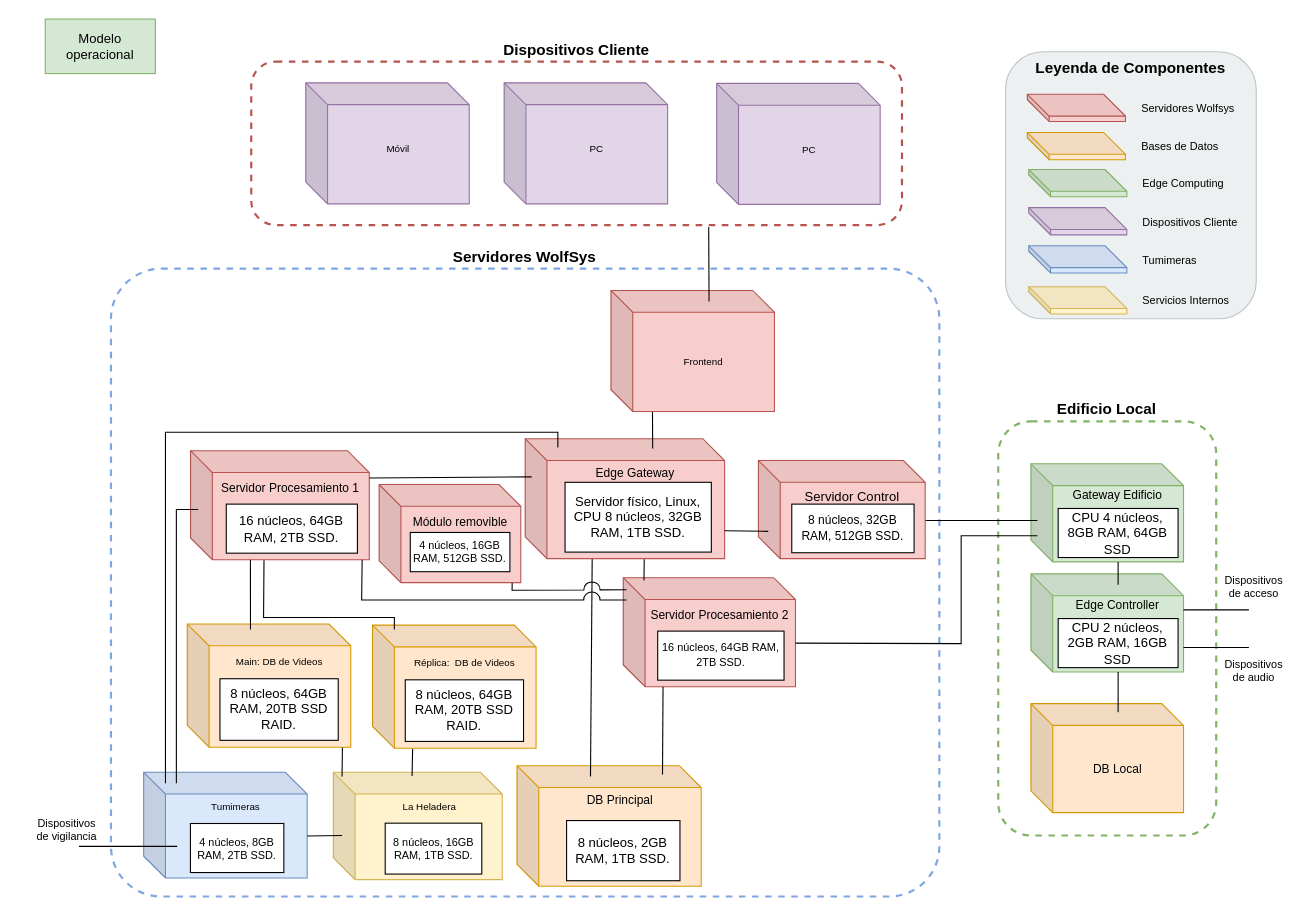
Above: Documentación de la arquitectura/Diagramas/Editables-drawio/Modelo-operacional.drawio in LIMoreno04/Caso-de-estudio---WolfSys---Arquitectura (draw.io), before the change. Source tidied: cells renumbered, new cells numbered last; positions are measured from the earlier drawing's top-left corner, leaving out a move shared by most shapes. Both pictures are drawn from the tidied source at 109%, with x=0, y=0 at pixel (34, 19).
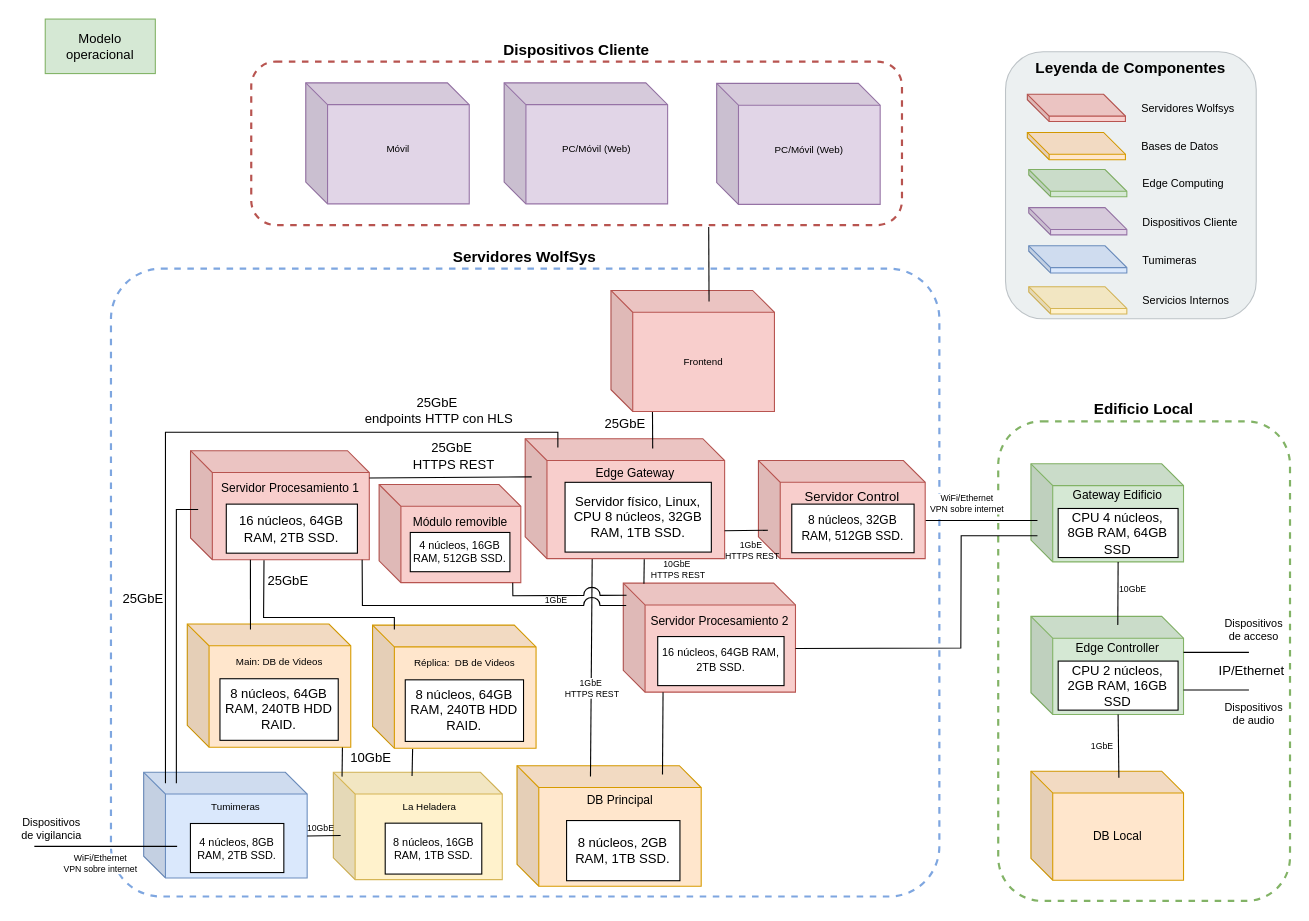
The same page after the edit.

Commit message (it also covers changes not shown here):
editado diagrama operacional

The change refers to these unchanged cells:
```xml
<mxCell id="5" value="Gateway Edificio&lt;br&gt;&lt;br&gt;&lt;div&gt;&lt;br&gt;&lt;/div&gt;&lt;div&gt;&lt;br&gt;&lt;/div&gt;&lt;div&gt;&lt;br&gt;&lt;/div&gt;" style="shape=cube;whiteSpace=wrap;html=1;boundedLbl=1;backgroundOutline=1;darkOpacity=0.05;darkOpacity2=0.1;fillColor=#d5e8d4;strokeColor=#82b366;fontSize=11;fontStyle=0;" parent="4" vertex="1">
  <mxGeometry width="140" height="90" as="geometry" />
</mxCell>
<mxCell id="18" value="Edge Controller&lt;br&gt;&lt;br&gt;&lt;div&gt;&lt;br&gt;&lt;/div&gt;&lt;div&gt;&lt;br&gt;&lt;/div&gt;&lt;div&gt;&lt;br&gt;&lt;/div&gt;" style="shape=cube;whiteSpace=wrap;html=1;boundedLbl=1;backgroundOutline=1;darkOpacity=0.05;darkOpacity2=0.1;fillColor=#d5e8d4;strokeColor=#82b366;fontSize=11;fontStyle=0;" parent="17" vertex="1">
  <mxGeometry width="140" height="90" as="geometry" />
</mxCell>
<mxCell id="27" value="Servidor Procesamiento 2&lt;br&gt;&lt;br&gt;&lt;div&gt;&lt;br&gt;&lt;/div&gt;&lt;div&gt;&lt;br&gt;&lt;/div&gt;&lt;div&gt;&lt;br&gt;&lt;/div&gt;" style="shape=cube;whiteSpace=wrap;html=1;boundedLbl=1;backgroundOutline=1;darkOpacity=0.05;darkOpacity2=0.1;fillColor=#f8cecc;strokeColor=#b85450;fontSize=11;fontStyle=0;" parent="26" vertex="1">
  <mxGeometry width="158" height="100" as="geometry" />
</mxCell>
<mxCell id="33" value="Tumimeras&lt;br&gt;&lt;br&gt;&lt;div&gt;&lt;br&gt;&lt;/div&gt;&lt;div&gt;&lt;br&gt;&lt;/div&gt;&lt;div&gt;&lt;br&gt;&lt;/div&gt;&lt;div&gt;&lt;br&gt;&lt;/div&gt;" style="shape=cube;whiteSpace=wrap;html=1;boundedLbl=1;backgroundOutline=1;darkOpacity=0.05;darkOpacity2=0.1;fillColor=#dae8fc;strokeColor=#6c8ebf;fontSize=9;fontStyle=0;" parent="32" vertex="1">
  <mxGeometry width="150" height="97" as="geometry" />
</mxCell>
<mxCell id="35" style="group;" parent="1" vertex="1">
  <mxGeometry x="140.3" y="555" width="150" height="113" as="geometry" />
</mxCell>
<mxCell id="39" value="Servidor Procesamiento 1&lt;div&gt;&lt;br&gt;&lt;/div&gt;&lt;div&gt;&lt;br&gt;&lt;/div&gt;&lt;div&gt;&lt;br&gt;&lt;/div&gt;&lt;div&gt;&lt;br&gt;&lt;/div&gt;" style="shape=cube;whiteSpace=wrap;html=1;boundedLbl=1;backgroundOutline=1;darkOpacity=0.05;darkOpacity2=0.1;fillColor=#f8cecc;strokeColor=#b85450;fontSize=11;fontStyle=0;" parent="38" vertex="1">
  <mxGeometry width="164" height="100" as="geometry" />
</mxCell>
<mxCell id="42" value="Edge Gateway&lt;div&gt;&lt;br&gt;&lt;/div&gt;&lt;div&gt;&lt;br&gt;&lt;/div&gt;&lt;div&gt;&lt;br&gt;&lt;/div&gt;&lt;div&gt;&lt;br&gt;&lt;/div&gt;&lt;div&gt;&lt;br&gt;&lt;/div&gt;" style="shape=cube;whiteSpace=wrap;html=1;boundedLbl=1;backgroundOutline=1;darkOpacity=0.05;darkOpacity2=0.1;fillColor=#f8cecc;strokeColor=#b85450;fontSize=11;fontStyle=0;" parent="41" vertex="1">
  <mxGeometry y="-10" width="183" height="110" as="geometry" />
</mxCell>
<mxCell id="45" value="Módulo removible&lt;div&gt;&lt;br&gt;&lt;/div&gt;&lt;div&gt;&lt;br&gt;&lt;/div&gt;&lt;div&gt;&lt;br&gt;&lt;/div&gt;" style="shape=cube;whiteSpace=wrap;html=1;boundedLbl=1;backgroundOutline=1;darkOpacity=0.05;darkOpacity2=0.1;fillColor=#f8cecc;strokeColor=#b85450;fontSize=11;fontStyle=0;" parent="44" vertex="1">
  <mxGeometry width="130" height="90" as="geometry" />
</mxCell>
<mxCell id="64" style="group;" parent="1" vertex="1">
  <mxGeometry x="310.3" y="556" width="150" height="113" as="geometry" />
</mxCell>
<mxCell id="80" style="group;verticalAlign=bottom;labelPosition=center;verticalLabelPosition=top;align=center;" parent="1" vertex="1">
  <mxGeometry x="431" y="58.5" width="150" height="111" as="geometry" />
</mxCell>
<mxCell id="82" style="group;verticalAlign=bottom;labelPosition=center;verticalLabelPosition=top;align=center;" parent="1" vertex="1">
  <mxGeometry x="626" y="59" width="150" height="111" as="geometry" />
</mxCell>
```

What changed in the source:
```diff
@@
     <mxCell id="3" value="Edificio Local" style="rounded=1;whiteSpace=wrap;html=1;fillColor=none;strokeColor=#82B366;strokeWidth=2;dashed=1;verticalAlign=bottom;fontSize=14;fontStyle=1;labelPosition=center;verticalLabelPosition=top;align=center;" parent="1" vertex="1">
-      <mxGeometry x="884.3" y="369" width="200" height="380" as="geometry" />
+      <mxGeometry x="884.3" y="369" width="267.7" height="440" as="geometry" />
     </mxCell>
@@
     <mxCell id="15" style="group;" parent="1" vertex="1">
-      <mxGeometry x="914.3" y="628" width="140" height="100" as="geometry" />
+      <mxGeometry x="914.3" y="690" width="140" height="100" as="geometry" />
     </mxCell>
@@
     <mxCell id="17" style="group;" parent="1" vertex="1">
-      <mxGeometry x="914.3" y="509" width="140" height="90" as="geometry" />
+      <mxGeometry x="914.3" y="548" width="140" height="90" as="geometry" />
     </mxCell>
@@
     <mxCell id="26" style="group;" parent="1" vertex="1">
-      <mxGeometry x="540.3" y="512.5" width="158" height="100" as="geometry" />
+      <mxGeometry x="540.3" y="517.5" width="158" height="100" as="geometry" />
     </mxCell>
@@
-    <mxCell id="37" value="8 núcleos, 64GB RAM, 20TB SSD RAID." style="rounded=0;whiteSpace=wrap;html=1;fontSize=12;" parent="35" vertex="1">
+    <mxCell id="37" value="8 núcleos, 64GB RAM, 240TB HDD RAID." style="rounded=0;whiteSpace=wrap;html=1;fontSize=12;" parent="35" vertex="1">
       <mxGeometry x="30" y="50.2" width="108.5" height="56.5" as="geometry" />
     </mxCell>
@@
     <mxCell id="49" style="endArrow=none;html=1;rounded=0;exitX=1;exitY=0.767;exitDx=0;exitDy=0;exitPerimeter=0;" parent="1" edge="1" source="42">
       <mxGeometry relative="1" as="geometry">
-        <mxPoint x="673.3" y="470" as="targetPoint" />
+        <mxPoint x="673" y="469" as="targetPoint" />
       </mxGeometry>
     </mxCell>
-    <mxCell id="50" style="endArrow=none;html=1;rounded=0;entryX=0.96;entryY=1.001;entryDx=0;entryDy=0;entryPerimeter=0;jumpStyle=arc;jumpSize=15;" parent="1" edge="1" target="39">
+    <mxCell id="50" style="endArrow=none;html=1;rounded=0;entryX=0.96;entryY=1.001;entryDx=0;entryDy=0;entryPerimeter=0;jumpStyle=arc;jumpSize=15;exitX=0.017;exitY=0.205;exitDx=0;exitDy=0;exitPerimeter=0;" parent="1" edge="1" source="27" target="39">
       <mxGeometry relative="1" as="geometry">
-        <mxPoint x="543.3" y="533" as="sourcePoint" />
         <Array as="points">
-          <mxPoint x="300.3" y="533" />
+          <mxPoint x="301" y="538" />
         </Array>
       </mxGeometry>
     </mxCell>
-    <mxCell id="51" style="endArrow=none;html=1;rounded=0;entryX=0.597;entryY=1.006;entryDx=0;entryDy=0;entryPerimeter=0;" parent="1" edge="1" target="42">
-      <mxGeometry relative="1" as="geometry">
-        <mxPoint x="559.3" y="515" as="sourcePoint" />
-      </mxGeometry>
+    <mxCell id="51" style="endArrow=none;html=1;rounded=0;entryX=0.597;entryY=1.006;entryDx=0;entryDy=0;entryPerimeter=0;exitX=0.12;exitY=0.005;exitDx=0;exitDy=0;exitPerimeter=0;" parent="1" edge="1" source="27" target="42">
+      <mxGeometry relative="1" as="geometry" />
     </mxCell>
-    <mxCell id="52" style="endArrow=none;html=1;rounded=0;exitX=0.939;exitY=1.003;exitDx=0;exitDy=0;exitPerimeter=0;entryX=0.019;entryY=0.111;entryDx=0;entryDy=0;entryPerimeter=0;jumpStyle=arc;jumpSize=15;" parent="1" edge="1" source="45" target="27">
+    <mxCell id="52" style="endArrow=none;html=1;rounded=0;exitX=0.943;exitY=1.002;exitDx=0;exitDy=0;exitPerimeter=0;entryX=0.019;entryY=0.111;entryDx=0;entryDy=0;entryPerimeter=0;jumpStyle=arc;jumpSize=15;" parent="1" edge="1" source="45" target="27">
       <mxGeometry relative="1" as="geometry">
         <Array as="points">
-          <mxPoint x="438.3" y="524" />
+          <mxPoint x="439" y="529" />
         </Array>
       </mxGeometry>
     </mxCell>
@@
     <mxCell id="54" style="endArrow=none;html=1;rounded=0;exitX=0;exitY=0;exitDx=157.99999999999997;exitDy=60;exitPerimeter=0;" parent="1" edge="1" source="27">
       <mxGeometry relative="1" as="geometry">
         <mxPoint x="920.3" y="474" as="targetPoint" />
         <Array as="points">
-          <mxPoint x="850.3" y="573" />
+          <mxPoint x="850" y="577" />
           <mxPoint x="850.3" y="474" />
         </Array>
       </mxGeometry>
     </mxCell>
@@
     <mxCell id="58" style="endArrow=none;html=1;rounded=0;exitX=0;exitY=0;exitDx=150;exitDy=58.5;exitPerimeter=0;" parent="1" edge="1" source="33">
       <mxGeometry relative="1" as="geometry">
-        <mxPoint x="282.3" y="749" as="targetPoint" />
+        <mxPoint x="281" y="749" as="targetPoint" />
       </mxGeometry>
     </mxCell>
@@
-    <mxCell id="66" value="8 núcleos, 64GB RAM, 20TB SSD RAID." style="rounded=0;whiteSpace=wrap;html=1;fontSize=12;" parent="64" vertex="1">
+    <mxCell id="66" value="8 núcleos, 64GB RAM, 240TB HDD RAID." style="rounded=0;whiteSpace=wrap;html=1;fontSize=12;" parent="64" vertex="1">
       <mxGeometry x="30" y="50.2" width="108.5" height="56.5" as="geometry" />
     </mxCell>
@@
     <mxCell id="69" style="endArrow=none;html=1;rounded=0;entryX=0;entryY=0;entryDx=80;entryDy=90;entryPerimeter=0;" parent="1" edge="1" target="5">
       <mxGeometry relative="1" as="geometry">
-        <mxPoint x="994.3" y="519" as="sourcePoint" />
+        <mxPoint x="994" y="556" as="sourcePoint" />
       </mxGeometry>
     </mxCell>
     <mxCell id="70" style="endArrow=none;html=1;rounded=0;entryX=0;entryY=0;entryDx=80;entryDy=90;entryPerimeter=0;" parent="1" edge="1" target="18">
       <mxGeometry relative="1" as="geometry">
-        <mxPoint x="994.3" y="636" as="sourcePoint" />
+        <mxPoint x="995" y="696" as="sourcePoint" />
       </mxGeometry>
     </mxCell>
     <mxCell id="71" style="endArrow=none;html=1;rounded=0;exitX=0;exitY=0;exitDx=140;exitDy=55;exitPerimeter=0;" parent="1" edge="1">
       <mxGeometry relative="1" as="geometry">
-        <mxPoint x="1054.3" y="542" as="sourcePoint" />
-        <mxPoint x="1114.3" y="542" as="targetPoint" />
+        <mxPoint x="1054.3" y="581" as="sourcePoint" />
+        <mxPoint x="1114.3" y="581" as="targetPoint" />
       </mxGeometry>
     </mxCell>
     <mxCell id="72" value="Dispositivos de acceso" style="text;html=1;align=center;verticalAlign=middle;whiteSpace=wrap;rounded=0;fontSize=10;" parent="1" vertex="1">
-      <mxGeometry x="1093.3" y="506" width="52" height="30" as="geometry" />
+      <mxGeometry x="1093.3" y="545" width="52" height="30" as="geometry" />
     </mxCell>
     <mxCell id="73" style="endArrow=none;html=1;rounded=0;exitX=1;exitY=0.751;exitDx=0;exitDy=0;exitPerimeter=0;" parent="1" edge="1" source="18">
       <mxGeometry relative="1" as="geometry">
-        <mxPoint x="1114.3" y="576.6" as="targetPoint" />
+        <mxPoint x="1114.3" y="615.6" as="targetPoint" />
       </mxGeometry>
     </mxCell>
     <mxCell id="74" value="Dispositivos de audio" style="text;html=1;align=center;verticalAlign=middle;whiteSpace=wrap;rounded=0;fontSize=10;" parent="1" vertex="1">
-      <mxGeometry x="1093.3" y="582.5" width="52" height="30" as="geometry" />
+      <mxGeometry x="1093.3" y="621.5" width="52" height="30" as="geometry" />
     </mxCell>
     <mxCell id="75" style="endArrow=none;html=1;rounded=0;" parent="1" edge="1">
       <mxGeometry relative="1" as="geometry">
-        <mxPoint x="41" y="759" as="sourcePoint" />
+        <mxPoint y="759" as="sourcePoint" />
         <mxPoint x="131" y="759" as="targetPoint" />
       </mxGeometry>
     </mxCell>
     <mxCell id="76" value="Dispositivos de vigilancia" style="text;html=1;align=center;verticalAlign=middle;whiteSpace=wrap;rounded=0;fontSize=10;" parent="1" vertex="1">
-      <mxGeometry y="729" width="60" height="30" as="geometry" />
+      <mxGeometry x="-14" y="728" width="60" height="30" as="geometry" />
     </mxCell>
@@
-    <mxCell id="81" value="&lt;div&gt;PC&lt;/div&gt;&lt;div&gt;&lt;br&gt;&lt;/div&gt;" style="shape=cube;whiteSpace=wrap;html=1;boundedLbl=1;backgroundOutline=1;darkOpacity=0.05;darkOpacity2=0.1;fillColor=#e1d5e7;strokeColor=#9673a6;fontSize=9;fontStyle=0;" parent="80" vertex="1">
+    <mxCell id="81" value="&lt;div&gt;PC/Móvil (Web)&lt;/div&gt;&lt;div&gt;&lt;br&gt;&lt;/div&gt;" style="shape=cube;whiteSpace=wrap;html=1;boundedLbl=1;backgroundOutline=1;darkOpacity=0.05;darkOpacity2=0.1;fillColor=#e1d5e7;strokeColor=#9673a6;fontSize=9;fontStyle=0;" parent="80" vertex="1">
       <mxGeometry width="150" height="111" as="geometry" />
     </mxCell>
@@
-    <mxCell id="83" value="&lt;div&gt;PC&lt;/div&gt;&lt;div&gt;&lt;br&gt;&lt;/div&gt;" style="shape=cube;whiteSpace=wrap;html=1;boundedLbl=1;backgroundOutline=1;darkOpacity=0.05;darkOpacity2=0.1;fillColor=#e1d5e7;strokeColor=#9673a6;fontSize=9;fontStyle=0;" parent="82" vertex="1">
+    <mxCell id="83" value="&lt;div&gt;PC/Móvil (Web)&lt;/div&gt;&lt;div&gt;&lt;br&gt;&lt;/div&gt;" style="shape=cube;whiteSpace=wrap;html=1;boundedLbl=1;backgroundOutline=1;darkOpacity=0.05;darkOpacity2=0.1;fillColor=#e1d5e7;strokeColor=#9673a6;fontSize=9;fontStyle=0;" parent="82" vertex="1">
       <mxGeometry width="150" height="111" as="geometry" />
     </mxCell>
@@
+    <mxCell id="87" value="25GbE" style="text;html=1;align=center;verticalAlign=middle;whiteSpace=wrap;rounded=0;" parent="1" vertex="1">
+      <mxGeometry x="203" y="501" width="60" height="30" as="geometry" />
+    </mxCell>
+    <mxCell id="88" value="10GbE" style="text;html=1;align=center;verticalAlign=middle;whiteSpace=wrap;rounded=0;" parent="1" vertex="1">
+      <mxGeometry x="279" y="663" width="60" height="30" as="geometry" />
+    </mxCell>
+    <mxCell id="89" value="WiFi/Ethernet&lt;div&gt;VPN sobre internet&lt;/div&gt;" style="text;html=1;align=center;verticalAlign=middle;whiteSpace=wrap;rounded=0;fontSize=8;labelBackgroundColor=default;" parent="1" vertex="1">
+      <mxGeometry x="25.5" y="759" width="70" height="31" as="geometry" />
+    </mxCell>
+    <mxCell id="90" value="25GbE" style="text;html=1;align=center;verticalAlign=middle;whiteSpace=wrap;rounded=0;" parent="1" vertex="1">
+      <mxGeometry x="70.3" y="517" width="60" height="30" as="geometry" />
+    </mxCell>
+    <mxCell id="91" value="25GbE&amp;nbsp;&lt;div&gt;HTTPS REST&lt;/div&gt;" style="text;html=1;align=center;verticalAlign=middle;whiteSpace=wrap;rounded=0;" parent="1" vertex="1">
+      <mxGeometry x="343" y="386" width="84" height="30" as="geometry" />
+    </mxCell>
+    <mxCell id="92" value="1GbE" style="text;html=1;align=center;verticalAlign=middle;whiteSpace=wrap;rounded=0;fontSize=8;" parent="1" vertex="1">
+      <mxGeometry x="449" y="518" width="60" height="30" as="geometry" />
+    </mxCell>
+    <mxCell id="93" value="1GbE&amp;nbsp;&lt;div&gt;HTTPS REST&lt;/div&gt;" style="text;html=1;align=center;verticalAlign=middle;whiteSpace=wrap;rounded=0;fontSize=8;" parent="1" vertex="1">
+      <mxGeometry x="617" y="473" width="84" height="30" as="geometry" />
+    </mxCell>
+    <mxCell id="94" value="10GbE&amp;nbsp;&lt;div&gt;HTTPS REST&lt;/div&gt;" style="text;html=1;align=center;verticalAlign=middle;whiteSpace=wrap;rounded=0;fontSize=8;" parent="1" vertex="1">
+      <mxGeometry x="561" y="490" width="60" height="30" as="geometry" />
+    </mxCell>
+    <mxCell id="95" value="1GbE&amp;nbsp;&lt;div&gt;HTTPS REST&lt;/div&gt;" style="text;html=1;align=center;verticalAlign=middle;whiteSpace=wrap;rounded=0;fontSize=8;labelBackgroundColor=default;" parent="1" vertex="1">
+      <mxGeometry x="470" y="599" width="84" height="30" as="geometry" />
+    </mxCell>
+    <mxCell id="96" value="10GbE" style="text;html=1;align=center;verticalAlign=middle;whiteSpace=wrap;rounded=0;fontSize=8;" parent="1" vertex="1">
+      <mxGeometry x="233" y="727" width="60" height="30" as="geometry" />
+    </mxCell>
+    <mxCell id="97" value="25GbE&amp;nbsp;&lt;div&gt;endpoints HTTP con HLS&lt;/div&gt;" style="text;html=1;align=center;verticalAlign=middle;whiteSpace=wrap;rounded=0;" parent="1" vertex="1">
+      <mxGeometry x="297" y="344" width="149" height="30" as="geometry" />
+    </mxCell>
+    <mxCell id="98" value="25GbE&amp;nbsp;" style="text;html=1;align=center;verticalAlign=middle;whiteSpace=wrap;rounded=0;" parent="1" vertex="1">
+      <mxGeometry x="504" y="362" width="80" height="20" as="geometry" />
+    </mxCell>
+    <mxCell id="99" value="IP/Ethernet" style="text;html=1;align=center;verticalAlign=middle;whiteSpace=wrap;rounded=0;" parent="1" vertex="1">
+      <mxGeometry x="1087" y="583" width="60" height="30" as="geometry" />
+    </mxCell>
+    <mxCell id="100" value="1GbE" style="text;html=1;align=center;verticalAlign=middle;whiteSpace=wrap;rounded=0;fontSize=8;" parent="1" vertex="1">
+      <mxGeometry x="960" y="658" width="40" height="17.5" as="geometry" />
+    </mxCell>
+    <mxCell id="101" value="10GbE" style="text;html=1;align=center;verticalAlign=middle;whiteSpace=wrap;rounded=0;fontSize=8;" parent="1" vertex="1">
+      <mxGeometry x="988" y="514" width="40" height="17.5" as="geometry" />
+    </mxCell>
+    <mxCell id="102" value="WiFi/Ethernet&lt;div&gt;VPN sobre internet&lt;/div&gt;" style="text;html=1;align=center;verticalAlign=middle;whiteSpace=wrap;rounded=0;fontSize=8;labelBackgroundColor=default;" parent="1" vertex="1">
+      <mxGeometry x="821" y="429.5" width="70" height="31" as="geometry" />
+    </mxCell>
```
